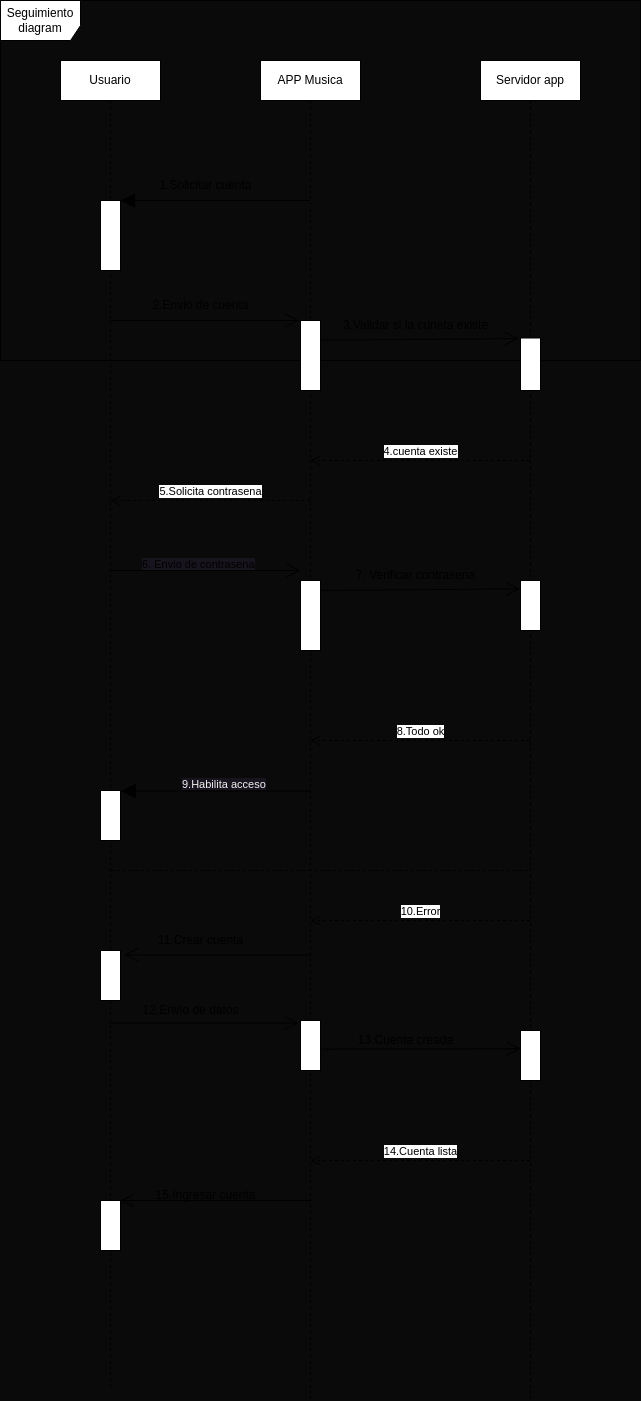
Above: Casos de secuencia/Ejemplo2/Secuencia2.drawio.png in JVC0/ETS (draw.io), before the change. Source tidied: cells renumbered, new cells last; positions are measured from the earlier drawing's top-left corner, leaving out a move shared by most shapes.
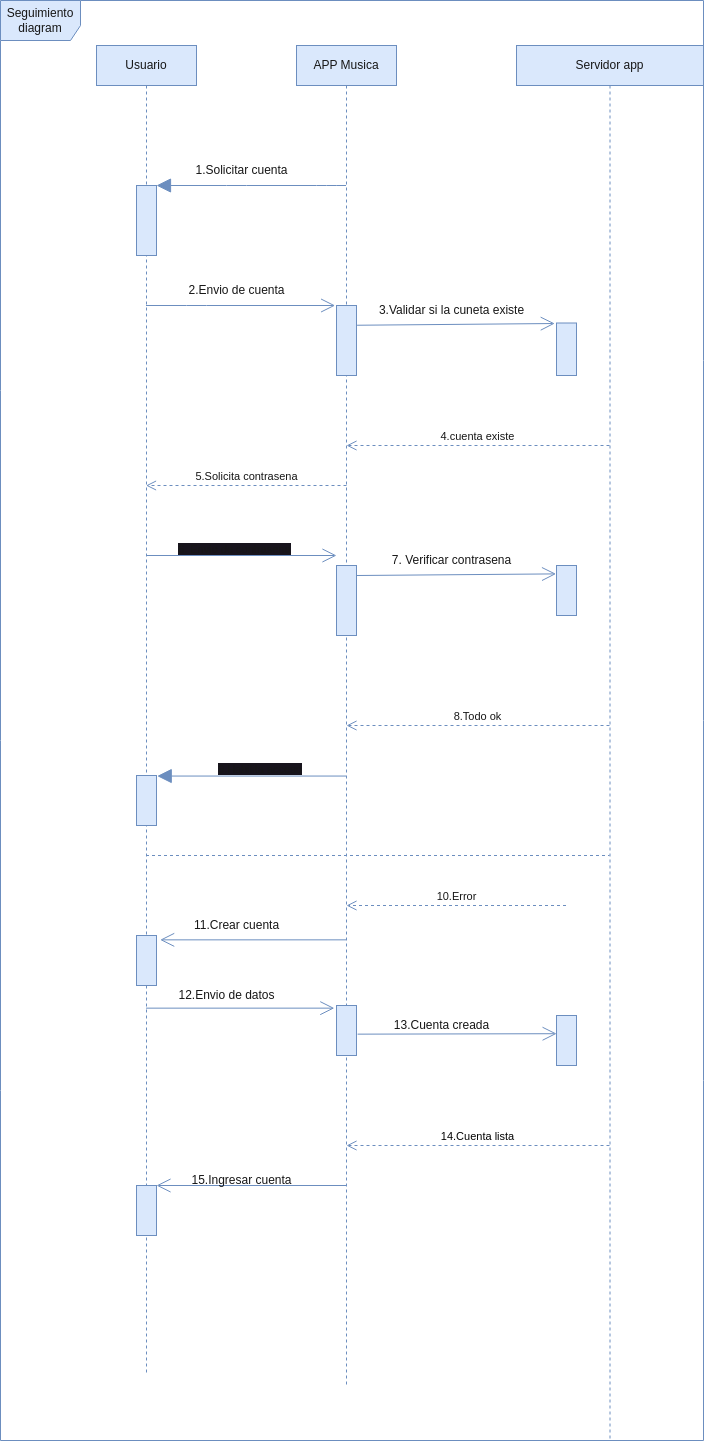
The same file after the commit.

Diff of the diagram source:
```diff
@@ -1,70 +1,70 @@
-<mxGraphModel background="#0A0A0A">
+<mxGraphModel background="#FFFFFF">
   <root>
     <mxCell id="0" />
     <mxCell id="1" parent="0" />
-    <mxCell id="2" value="Seguimiento diagram" style="shape=umlFrame;whiteSpace=wrap;html=1;width=80;height=40;" parent="1" vertex="1">
-      <mxGeometry width="640" height="360" as="geometry" />
-    </mxCell>
-    <mxCell id="3" value="APP Musica" style="shape=umlLifeline;perimeter=lifelinePerimeter;whiteSpace=wrap;html=1;outlineConnect=0;" parent="1" vertex="1">
+    <mxCell id="3" value="APP Musica" style="shape=umlLifeline;perimeter=lifelinePerimeter;whiteSpace=wrap;html=1;outlineConnect=0;fillColor=#dae8fc;strokeColor=#6c8ebf;fontStyle=0;fontColor=#171717;" parent="1" vertex="1">
       <mxGeometry x="260" y="60" width="100" height="1340" as="geometry" />
     </mxCell>
-    <mxCell id="4" style="html=1;points=[];perimeter=orthogonalPerimeter;" parent="3" vertex="1">
+    <mxCell id="4" style="html=1;points=[];perimeter=orthogonalPerimeter;fillColor=#dae8fc;strokeColor=#6c8ebf;fontStyle=0;fontColor=#171717;" parent="3" vertex="1">
       <mxGeometry x="40" y="260" width="20" height="70" as="geometry" />
     </mxCell>
-    <mxCell id="5" value="4.cuenta existe" style="html=1;verticalAlign=bottom;endArrow=open;dashed=1;endSize=8;" parent="3" edge="1" source="11">
+    <mxCell id="5" value="4.cuenta existe" style="html=1;verticalAlign=bottom;endArrow=open;dashed=1;endSize=8;fillColor=#dae8fc;strokeColor=#6c8ebf;fontStyle=0;fontColor=#171717;" parent="3" edge="1" source="11">
       <mxGeometry relative="1" as="geometry">
         <mxPoint x="50" y="400" as="targetPoint" />
       </mxGeometry>
     </mxCell>
-    <mxCell id="6" value="5.Solicita contrasena" style="html=1;verticalAlign=bottom;endArrow=open;dashed=1;endSize=8;" parent="3" edge="1" target="15">
+    <mxCell id="6" value="5.Solicita contrasena" style="html=1;verticalAlign=bottom;endArrow=open;dashed=1;endSize=8;fillColor=#dae8fc;strokeColor=#6c8ebf;fontStyle=0;fontColor=#171717;" parent="3" edge="1" target="15">
       <mxGeometry relative="1" as="geometry">
         <mxPoint x="50" y="440" as="sourcePoint" />
       </mxGeometry>
     </mxCell>
-    <mxCell id="7" style="html=1;perimeter=orthogonalPerimeter;" parent="3" vertex="1">
+    <mxCell id="7" style="html=1;perimeter=orthogonalPerimeter;fillColor=#dae8fc;strokeColor=#6c8ebf;fontStyle=0;fontColor=#171717;" parent="3" vertex="1">
       <mxGeometry x="40" y="520" width="20" height="70" as="geometry" />
     </mxCell>
-    <mxCell id="8" style="endArrow=open;endFill=1;endSize=12;html=1;entryX=-0.021;entryY=0.168;entryDx=0;entryDy=0;entryPerimeter=0;" parent="3" edge="1" target="13">
+    <mxCell id="8" style="endArrow=open;endFill=1;endSize=12;html=1;entryX=-0.021;entryY=0.168;entryDx=0;entryDy=0;entryPerimeter=0;fillColor=#dae8fc;strokeColor=#6c8ebf;fontStyle=0;fontColor=#171717;" parent="3" edge="1" target="13">
       <mxGeometry relative="1" as="geometry">
         <mxPoint x="60" y="530" as="sourcePoint" />
       </mxGeometry>
     </mxCell>
-    <mxCell id="9" style="html=1;points=[];perimeter=orthogonalPerimeter;" parent="3" vertex="1">
+    <mxCell id="9" style="html=1;points=[];perimeter=orthogonalPerimeter;fillColor=#dae8fc;strokeColor=#6c8ebf;fontStyle=0;fontColor=#171717;" parent="3" vertex="1">
       <mxGeometry x="40" y="960" width="20" height="50" as="geometry" />
     </mxCell>
-    <mxCell id="10" value="14.Cuenta lista" style="html=1;verticalAlign=bottom;endArrow=open;dashed=1;endSize=8;" parent="3" edge="1" source="11">
+    <mxCell id="10" value="&lt;font color=&quot;#030303&quot;&gt;14.Cuenta lista&lt;/font&gt;" style="html=1;verticalAlign=bottom;endArrow=open;dashed=1;endSize=8;fillColor=#dae8fc;strokeColor=#6c8ebf;fontStyle=0;fontColor=#171717;" parent="3" edge="1" source="11">
       <mxGeometry relative="1" as="geometry">
         <mxPoint x="50" y="1100" as="targetPoint" />
       </mxGeometry>
     </mxCell>
-    <mxCell id="11" value="Servidor app" style="shape=umlLifeline;perimeter=lifelinePerimeter;whiteSpace=wrap;html=1;outlineConnect=0;" parent="1" vertex="1">
-      <mxGeometry x="480" y="60" width="100" height="1340" as="geometry" />
+    <mxCell id="11" value="Servidor app" style="shape=umlLifeline;perimeter=lifelinePerimeter;whiteSpace=wrap;html=1;outlineConnect=0;fillColor=#dae8fc;strokeColor=#6c8ebf;fontStyle=0;fontColor=#171717;" parent="1" vertex="1">
+      <mxGeometry x="480" y="60" width="187" height="1395" as="geometry" />
     </mxCell>
-    <mxCell id="12" style="html=1;points=[];perimeter=orthogonalPerimeter;" parent="11" vertex="1">
+    <mxCell id="12" style="html=1;points=[];perimeter=orthogonalPerimeter;fillColor=#dae8fc;strokeColor=#6c8ebf;fontStyle=0;fontColor=#171717;" parent="11" vertex="1">
       <mxGeometry x="40" y="277.5" width="20" height="52.5" as="geometry" />
     </mxCell>
-    <mxCell id="13" style="html=1;points=[];perimeter=orthogonalPerimeter;" parent="11" vertex="1">
+    <mxCell id="13" style="html=1;points=[];perimeter=orthogonalPerimeter;fillColor=#dae8fc;strokeColor=#6c8ebf;fontStyle=0;fontColor=#171717;" parent="11" vertex="1">
       <mxGeometry x="40" y="520" width="20" height="50" as="geometry" />
     </mxCell>
-    <mxCell id="14" style="html=1;points=[];perimeter=orthogonalPerimeter;" parent="11" vertex="1">
+    <mxCell id="14" style="html=1;points=[];perimeter=orthogonalPerimeter;fillColor=#dae8fc;strokeColor=#6c8ebf;fontStyle=0;fontColor=#171717;" parent="11" vertex="1">
       <mxGeometry x="40" y="970" width="20" height="50" as="geometry" />
     </mxCell>
+    <mxCell id="2" value="Seguimiento diagram" style="shape=umlFrame;whiteSpace=wrap;html=1;width=80;height=40;fillColor=#dae8fc;strokeColor=#6c8ebf;fontStyle=0;fontColor=#171717;" parent="11" vertex="1">
+      <mxGeometry x="-516" y="-45" width="703" height="1440" as="geometry" />
+    </mxCell>
-    <mxCell id="15" value="Usuario" style="shape=umlLifeline;perimeter=lifelinePerimeter;whiteSpace=wrap;html=1;outlineConnect=0;" parent="1" vertex="1">
+    <mxCell id="15" value="Usuario" style="shape=umlLifeline;perimeter=lifelinePerimeter;whiteSpace=wrap;html=1;outlineConnect=0;fillColor=#dae8fc;strokeColor=#6c8ebf;fontStyle=0;fontColor=#171717;" parent="1" vertex="1">
       <mxGeometry x="60" y="60" width="100" height="1330" as="geometry" />
     </mxCell>
-    <mxCell id="16" style="html=1;perimeter=orthogonalPerimeter;" parent="15" vertex="1">
+    <mxCell id="16" style="html=1;perimeter=orthogonalPerimeter;fillColor=#dae8fc;strokeColor=#6c8ebf;fontStyle=0;fontColor=#171717;" parent="15" vertex="1">
       <mxGeometry x="40" y="140" width="20" height="70" as="geometry" />
     </mxCell>
-    <mxCell id="17" style="html=1;points=[];perimeter=orthogonalPerimeter;" parent="15" vertex="1">
+    <mxCell id="17" style="html=1;points=[];perimeter=orthogonalPerimeter;fillColor=#dae8fc;strokeColor=#6c8ebf;fontStyle=0;fontColor=#171717;" parent="15" vertex="1">
       <mxGeometry x="40" y="730" width="20" height="50" as="geometry" />
     </mxCell>
-    <mxCell id="18" style="html=1;points=[];perimeter=orthogonalPerimeter;" parent="15" vertex="1">
+    <mxCell id="18" style="html=1;points=[];perimeter=orthogonalPerimeter;fillColor=#dae8fc;strokeColor=#6c8ebf;fontStyle=0;fontColor=#171717;" parent="15" vertex="1">
       <mxGeometry x="40" y="890" width="20" height="50" as="geometry" />
     </mxCell>
-    <mxCell id="19" style="html=1;points=[];perimeter=orthogonalPerimeter;" parent="15" vertex="1">
+    <mxCell id="19" style="html=1;points=[];perimeter=orthogonalPerimeter;fillColor=#dae8fc;strokeColor=#6c8ebf;fontStyle=0;fontColor=#171717;" parent="15" vertex="1">
       <mxGeometry x="40" y="1140" width="20" height="50" as="geometry" />
     </mxCell>
-    <mxCell id="20" style="endArrow=block;endFill=1;endSize=12;html=1;" parent="1" edge="1" source="3">
+    <mxCell id="20" style="endArrow=block;endFill=1;endSize=12;html=1;fillColor=#dae8fc;strokeColor=#6c8ebf;fontStyle=0;fontColor=#171717;" parent="1" edge="1" source="3">
       <mxGeometry relative="1" as="geometry">
         <mxPoint x="120" y="200" as="targetPoint" />
         <Array as="points">
@@ -73,83 +73,83 @@
         </Array>
       </mxGeometry>
     </mxCell>
-    <mxCell id="21" value="1.Solicitar cuenta" style="text;html=1;align=center;verticalAlign=middle;strokeColor=none;fillColor=none;" parent="1" vertex="1">
+    <mxCell id="21" value="1.Solicitar cuenta" style="text;html=1;align=center;verticalAlign=middle;strokeColor=none;fillColor=none;fontStyle=0;fontColor=#171717;labelBackgroundColor=none;" parent="1" vertex="1">
       <mxGeometry x="145" y="170" width="120" height="30" as="geometry" />
     </mxCell>
-    <mxCell id="22" style="endArrow=open;endSize=12;html=1;entryX=-0.067;entryY=0;entryDx=0;entryDy=0;entryPerimeter=0;" parent="1" edge="1" source="15" target="4">
+    <mxCell id="22" style="endArrow=open;endSize=12;html=1;entryX=-0.067;entryY=0;entryDx=0;entryDy=0;entryPerimeter=0;fillColor=#dae8fc;strokeColor=#6c8ebf;fontStyle=0;fontColor=#171717;" parent="1" edge="1" source="15" target="4">
       <mxGeometry relative="1" as="geometry">
         <Array as="points">
           <mxPoint x="160" y="320" />
         </Array>
       </mxGeometry>
     </mxCell>
-    <mxCell id="23" value="2.Envio de cuenta" style="text;html=1;align=center;verticalAlign=middle;strokeColor=none;fillColor=none;" parent="1" vertex="1">
+    <mxCell id="23" value="2.Envio de cuenta" style="text;html=1;align=center;verticalAlign=middle;strokeColor=none;fillColor=none;fontStyle=0;fontColor=#171717;" parent="1" vertex="1">
       <mxGeometry x="140" y="290" width="120" height="30" as="geometry" />
     </mxCell>
-    <mxCell id="24" style="endArrow=open;endFill=1;endSize=12;html=1;exitX=1.029;exitY=0.282;exitDx=0;exitDy=0;exitPerimeter=0;entryX=-0.086;entryY=0.01;entryDx=0;entryDy=0;entryPerimeter=0;" parent="1" edge="1" source="4" target="12">
+    <mxCell id="24" style="endArrow=open;endFill=1;endSize=12;html=1;exitX=1.029;exitY=0.282;exitDx=0;exitDy=0;exitPerimeter=0;entryX=-0.086;entryY=0.01;entryDx=0;entryDy=0;entryPerimeter=0;fillColor=#dae8fc;strokeColor=#6c8ebf;fontStyle=0;fontColor=#171717;" parent="1" edge="1" source="4" target="12">
       <mxGeometry relative="1" as="geometry" />
     </mxCell>
-    <mxCell id="25" value="3.Validar si la cuneta existe" style="text;html=1;align=center;verticalAlign=middle;strokeColor=none;fillColor=none;" parent="1" vertex="1">
+    <mxCell id="25" value="3.Validar si la cuneta existe" style="text;html=1;align=center;verticalAlign=middle;strokeColor=none;fillColor=none;fontStyle=0;fontColor=#171717;" parent="1" vertex="1">
       <mxGeometry x="330" y="310" width="170" height="30" as="geometry" />
     </mxCell>
-    <mxCell id="26" style="endArrow=open;endFill=1;endSize=12;html=1;" parent="1" edge="1">
+    <mxCell id="26" style="endArrow=open;endFill=1;endSize=12;html=1;fillColor=#dae8fc;strokeColor=#6c8ebf;fontStyle=0;fontColor=#171717;" parent="1" edge="1">
       <mxGeometry relative="1" as="geometry">
         <mxPoint x="110" y="570" as="sourcePoint" />
         <mxPoint x="300" y="570" as="targetPoint" />
       </mxGeometry>
     </mxCell>
-    <mxCell id="27" value="&lt;div style=&quot;text-align: center;&quot;&gt;&lt;span style=&quot;font-size: 11px; background-color: rgb(24, 20, 29);&quot;&gt;6. Envio de contrasena&lt;/span&gt;&lt;/div&gt;" style="text;whiteSpace=wrap;html=1;" parent="1" vertex="1">
+    <mxCell id="27" value="&lt;div style=&quot;text-align: center;&quot;&gt;&lt;span style=&quot;font-size: 11px; background-color: rgb(24, 20, 29);&quot;&gt;6. Envio de contrasena&lt;/span&gt;&lt;/div&gt;" style="text;whiteSpace=wrap;html=1;fillColor=none;strokeColor=none;fontStyle=0;fontColor=#171717;" parent="1" vertex="1">
       <mxGeometry x="140" y="550" width="140" height="40" as="geometry" />
     </mxCell>
-    <mxCell id="28" value="8.Todo ok" style="html=1;verticalAlign=bottom;endArrow=open;dashed=1;endSize=8;" parent="1" edge="1" source="11">
+    <mxCell id="28" value="8.Todo ok" style="html=1;verticalAlign=bottom;endArrow=open;dashed=1;endSize=8;fillColor=#dae8fc;strokeColor=#6c8ebf;fontStyle=0;fontColor=#171717;" parent="1" edge="1" source="11">
       <mxGeometry relative="1" as="geometry">
         <mxPoint x="310" y="740" as="targetPoint" />
       </mxGeometry>
     </mxCell>
-    <mxCell id="29" value="7. Verificar contrasena" style="text;html=1;align=center;verticalAlign=middle;strokeColor=none;fillColor=none;" parent="1" vertex="1">
+    <mxCell id="29" value="7. Verificar contrasena" style="text;html=1;align=center;verticalAlign=middle;strokeColor=none;fillColor=none;fontStyle=0;fontColor=#171717;" parent="1" vertex="1">
       <mxGeometry x="345" y="560" width="140" height="30" as="geometry" />
     </mxCell>
-    <mxCell id="30" style="endArrow=block;endFill=1;endSize=12;html=1;entryX=1.036;entryY=0.011;entryDx=0;entryDy=0;entryPerimeter=0;" parent="1" edge="1" source="3" target="17">
+    <mxCell id="30" style="endArrow=block;endFill=1;endSize=12;html=1;entryX=1.036;entryY=0.011;entryDx=0;entryDy=0;entryPerimeter=0;fillColor=#dae8fc;strokeColor=#6c8ebf;fontStyle=0;fontColor=#171717;" parent="1" edge="1" source="3" target="17">
       <mxGeometry relative="1" as="geometry" />
     </mxCell>
-    <mxCell id="31" value="&lt;span style=&quot;color: rgb(240, 240, 240); font-family: Helvetica; font-size: 11px; font-style: normal; font-variant-ligatures: normal; font-variant-caps: normal; font-weight: 400; letter-spacing: normal; orphans: 2; text-align: center; text-indent: 0px; text-transform: none; widows: 2; word-spacing: 0px; -webkit-text-stroke-width: 0px; background-color: rgb(24, 20, 29); text-decoration-thickness: initial; text-decoration-style: initial; text-decoration-color: initial; float: none; display: inline !important;&quot;&gt;9.Habilita acceso&lt;/span&gt;" style="text;whiteSpace=wrap;html=1;" parent="1" vertex="1">
+    <mxCell id="31" value="&lt;span style=&quot;font-family: Helvetica; font-size: 11px; font-style: normal; font-variant-ligatures: normal; font-variant-caps: normal; letter-spacing: normal; orphans: 2; text-align: center; text-indent: 0px; text-transform: none; widows: 2; word-spacing: 0px; -webkit-text-stroke-width: 0px; background-color: rgb(24, 20, 29); text-decoration-thickness: initial; text-decoration-style: initial; text-decoration-color: initial; float: none; display: inline !important;&quot;&gt;9.Habilita acceso&lt;/span&gt;" style="text;whiteSpace=wrap;html=1;fillColor=none;strokeColor=none;fontStyle=0;fontColor=#171717;" parent="1" vertex="1">
       <mxGeometry x="180" y="770" width="90" height="20" as="geometry" />
     </mxCell>
-    <mxCell id="32" style="endArrow=none;dashed=1;html=1;" parent="1" edge="1" source="15" target="11">
+    <mxCell id="32" style="endArrow=none;dashed=1;html=1;fillColor=#dae8fc;strokeColor=#6c8ebf;fontStyle=0;fontColor=#171717;" parent="1" edge="1" source="15" target="11">
       <mxGeometry relative="1" as="geometry">
         <Array as="points">
           <mxPoint x="400" y="870" />
         </Array>
       </mxGeometry>
     </mxCell>
-    <mxCell id="33" value="10.Error" style="html=1;verticalAlign=bottom;endArrow=open;dashed=1;endSize=8;" parent="1" edge="1">
+    <mxCell id="33" value="10.Error" style="html=1;verticalAlign=bottom;endArrow=open;dashed=1;endSize=8;fillColor=#dae8fc;strokeColor=#6c8ebf;fontStyle=0;fontColor=#171717;" parent="1" edge="1">
       <mxGeometry relative="1" as="geometry">
         <mxPoint x="529.5" y="920" as="sourcePoint" />
         <mxPoint x="310" y="920" as="targetPoint" />
       </mxGeometry>
     </mxCell>
-    <mxCell id="34" style="endArrow=open;endFill=1;endSize=12;html=1;entryX=1.183;entryY=0.087;entryDx=0;entryDy=0;entryPerimeter=0;" parent="1" edge="1" source="3" target="18">
+    <mxCell id="34" style="endArrow=open;endFill=1;endSize=12;html=1;entryX=1.183;entryY=0.087;entryDx=0;entryDy=0;entryPerimeter=0;fillColor=#dae8fc;strokeColor=#6c8ebf;fontStyle=0;fontColor=#171717;" parent="1" edge="1" source="3" target="18">
       <mxGeometry relative="1" as="geometry" />
     </mxCell>
-    <mxCell id="35" value="11.Crear cuenta" style="text;html=1;align=center;verticalAlign=middle;strokeColor=none;fillColor=none;" parent="1" vertex="1">
+    <mxCell id="35" value="11.Crear cuenta" style="text;html=1;align=center;verticalAlign=middle;strokeColor=none;fillColor=none;fontStyle=0;fontColor=#171717;" parent="1" vertex="1">
       <mxGeometry x="145" y="925" width="110" height="30" as="geometry" />
     </mxCell>
-    <mxCell id="36" style="endArrow=open;endFill=1;endSize=12;html=1;entryX=-0.108;entryY=0.053;entryDx=0;entryDy=0;entryPerimeter=0;" parent="1" edge="1" source="15" target="9">
+    <mxCell id="36" style="endArrow=open;endFill=1;endSize=12;html=1;entryX=-0.108;entryY=0.053;entryDx=0;entryDy=0;entryPerimeter=0;fillColor=#dae8fc;strokeColor=#6c8ebf;fontStyle=0;fontColor=#171717;" parent="1" edge="1" source="15" target="9">
       <mxGeometry relative="1" as="geometry" />
     </mxCell>
-    <mxCell id="37" value="12.Envio de datos" style="text;html=1;align=center;verticalAlign=middle;strokeColor=none;fillColor=none;" parent="1" vertex="1">
+    <mxCell id="37" value="12.Envio de datos" style="text;html=1;align=center;verticalAlign=middle;strokeColor=none;fillColor=none;fontStyle=0;labelBackgroundColor=none;fontColor=#171717;" parent="1" vertex="1">
       <mxGeometry x="130" y="995" width="120" height="30" as="geometry" />
     </mxCell>
-    <mxCell id="38" style="endArrow=open;endFill=1;endSize=12;html=1;entryX=0.007;entryY=0.364;entryDx=0;entryDy=0;entryPerimeter=0;exitX=1.055;exitY=0.573;exitDx=0;exitDy=0;exitPerimeter=0;" parent="1" edge="1" source="9" target="14">
+    <mxCell id="38" style="endArrow=open;endFill=1;endSize=12;html=1;entryX=0.007;entryY=0.364;entryDx=0;entryDy=0;entryPerimeter=0;exitX=1.055;exitY=0.573;exitDx=0;exitDy=0;exitPerimeter=0;fillColor=#dae8fc;strokeColor=#6c8ebf;fontStyle=0;fontColor=#171717;" parent="1" edge="1" source="9" target="14">
       <mxGeometry relative="1" as="geometry" />
     </mxCell>
-    <mxCell id="39" value="13.Cuenta creada" style="text;html=1;align=center;verticalAlign=middle;strokeColor=none;fillColor=none;" parent="1" vertex="1">
+    <mxCell id="39" value="13.Cuenta creada" style="text;html=1;align=center;verticalAlign=middle;strokeColor=none;fillColor=none;fontStyle=0;fontColor=#171717;" parent="1" vertex="1">
       <mxGeometry x="345" y="1025" width="120" height="30" as="geometry" />
     </mxCell>
-    <mxCell id="40" style="endArrow=open;endFill=1;endSize=12;html=1;" parent="1" edge="1" source="3" target="19">
+    <mxCell id="40" style="endArrow=open;endFill=1;endSize=12;html=1;fillColor=#dae8fc;strokeColor=#6c8ebf;fontStyle=0;fontColor=#171717;" parent="1" edge="1" source="3" target="19">
       <mxGeometry relative="1" as="geometry" />
     </mxCell>
-    <mxCell id="41" value="15.Ingresar cuenta" style="text;html=1;align=center;verticalAlign=middle;strokeColor=none;fillColor=none;" parent="1" vertex="1">
+    <mxCell id="41" value="15.Ingresar cuenta" style="text;html=1;align=center;verticalAlign=middle;strokeColor=none;fillColor=none;fontStyle=0;fontColor=#171717;" parent="1" vertex="1">
       <mxGeometry x="145" y="1180" width="120" height="30" as="geometry" />
     </mxCell>
   </root>
```
